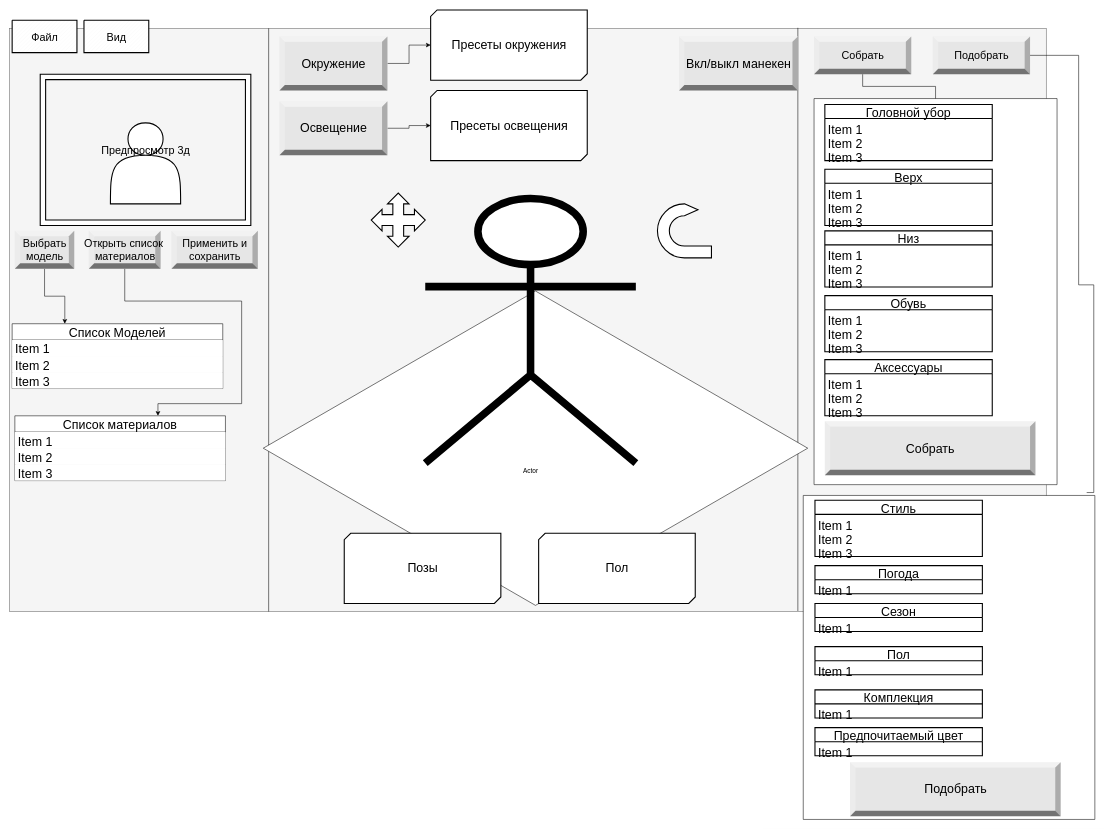
The draw.io diagram Docs/Вьюшка.drawio in TimmyChannel/Your-Own-Stylits, before the edit. Source tidied: cells renumbered, new cells numbered last; positions are measured from the earlier drawing's top-left corner, leaving out a move shared by most shapes. Both pictures are drawn from the tidied source at 54%, with x=0, y=0 at pixel (9, 10).
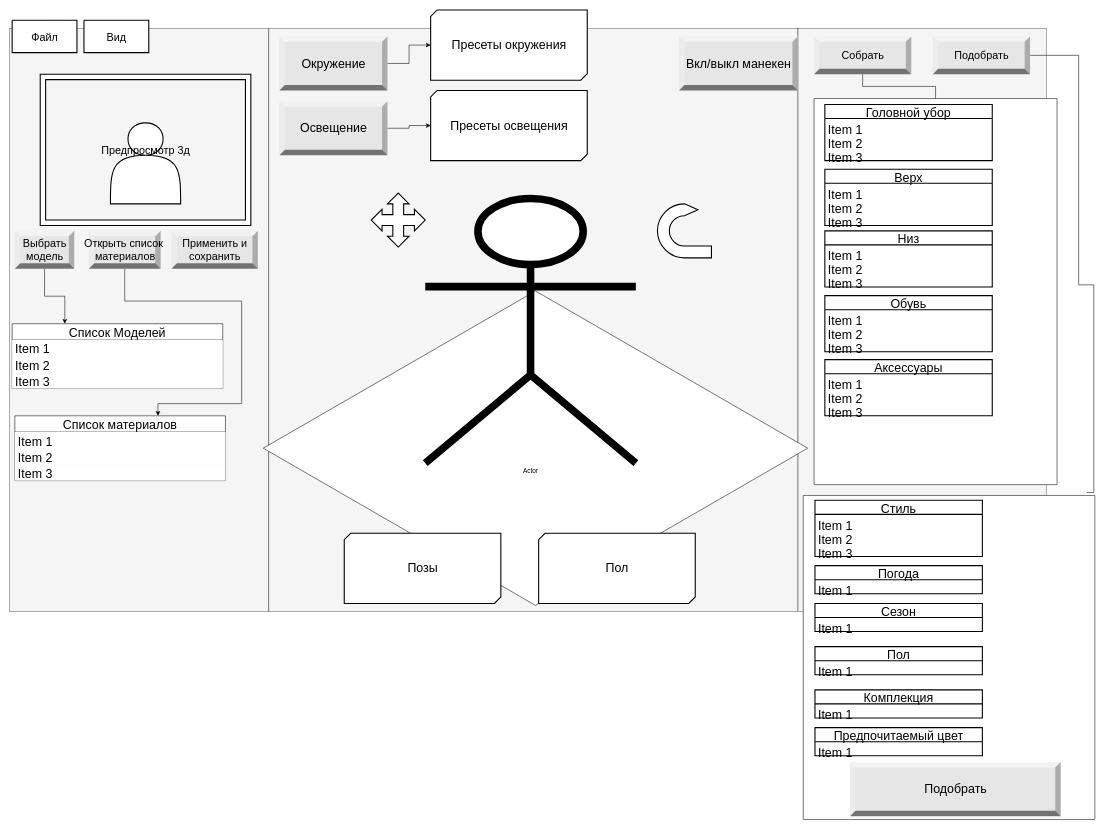
After the change.

Diff of the diagram source:
```diff
@@
-    <mxCell id="54" value="Собрать" style="labelPosition=center;verticalLabelPosition=middle;align=center;html=1;shape=mxgraph.basic.shaded_button;dx=10;fillColor=#E6E6E6;strokeColor=none;rounded=0;fontSize=23;" parent="1" vertex="1">
-      <mxGeometry x="1510" y="761.5" width="390" height="100" as="geometry" />
-    </mxCell>
```
